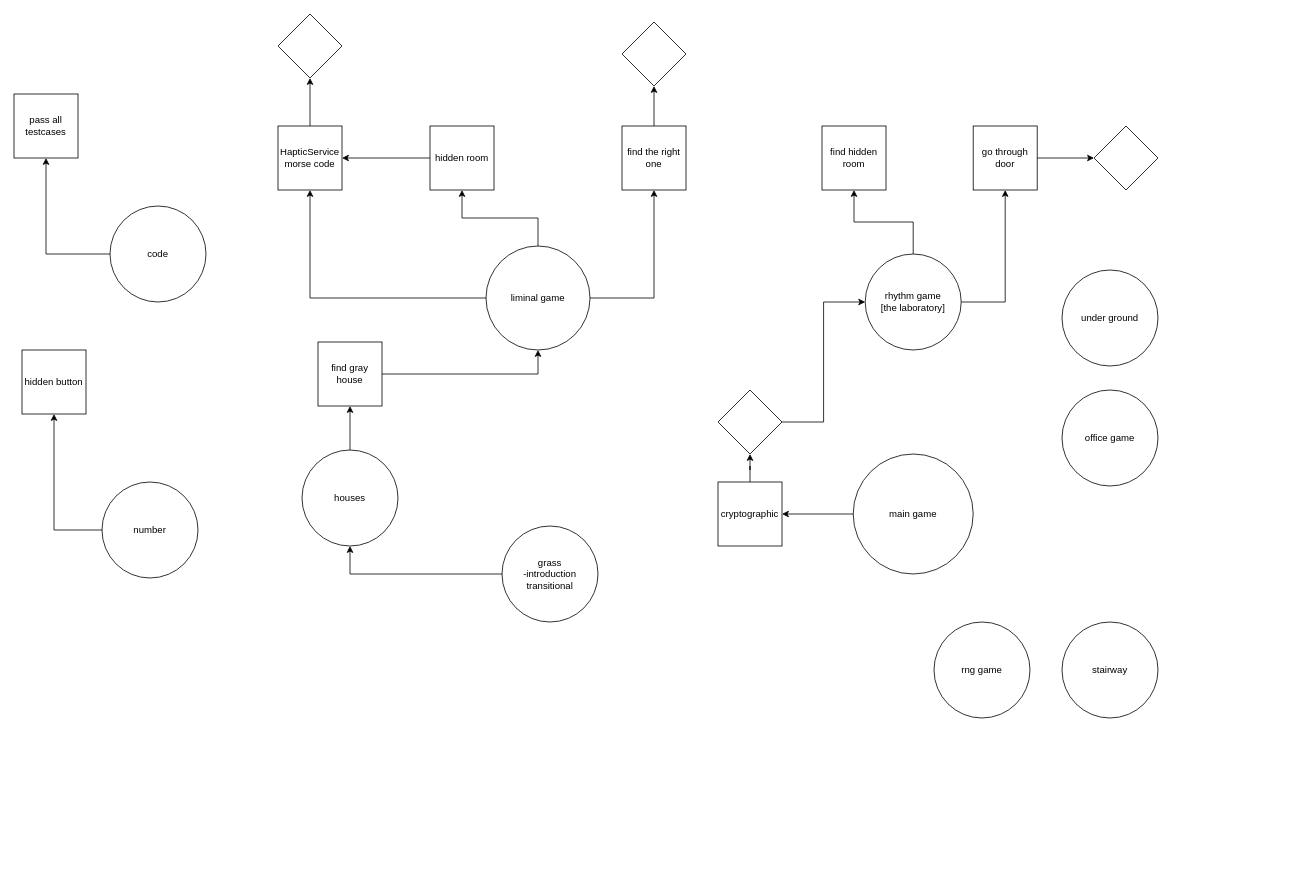
Before: puzzles.drawio in Hapcoder11/things, a draw.io diagram. Source tidied: cells renumbered, new cells numbered last; positions are measured from the earlier drawing's top-left corner, leaving out a move shared by most shapes. Both pictures are drawn from the tidied source at 80%, with x=0, y=0 at pixel (14, 14).
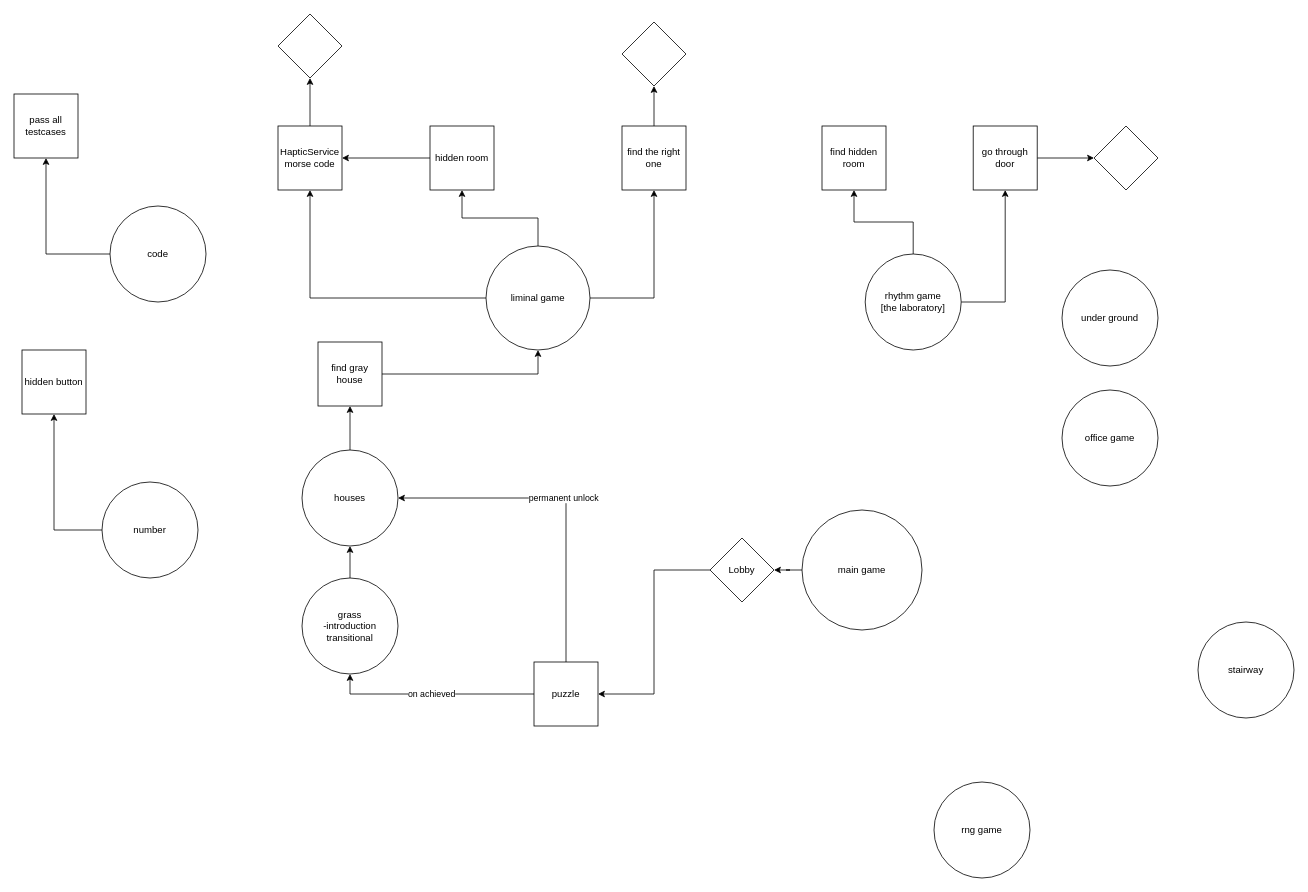
The same page after the edit.

Unchanged cells that the change refers to:
```xml
<mxCell id="6" value="rhythm game&lt;div&gt;[the laboratory]&lt;/div&gt;" style="ellipse;whiteSpace=wrap;html=1;" parent="1" vertex="1">
  <mxGeometry x="1064" y="300" width="120" height="120" as="geometry" />
</mxCell>
<mxCell id="37" value="houses" style="ellipse;whiteSpace=wrap;html=1;" parent="1" vertex="1">
  <mxGeometry x="360" y="545" width="120" height="120" as="geometry" />
</mxCell>
```

Diff of the diagram source:
```diff
@@
-    <mxCell id="2" style="edgeStyle=orthogonalEdgeStyle;rounded=0;jettySize=auto;html=1;entryX=1;entryY=0.5;entryDx=0;entryDy=0;" parent="1" edge="1" source="3" target="18">
-      <mxGeometry relative="1" as="geometry" />
-    </mxCell>
+    <mxCell id="43" style="edgeStyle=orthogonalEdgeStyle;rounded=0;jettySize=auto;html=1;entryX=1;entryY=0.5;entryDx=0;entryDy=0;" parent="1" edge="1" source="3" target="45">
+      <mxGeometry relative="1" as="geometry" />
+    </mxCell>
     <mxCell id="3" value="main game" style="ellipse;whiteSpace=wrap;html=1;" parent="1" vertex="1">
-      <mxGeometry x="1049" y="550" width="150" height="150" as="geometry" />
+      <mxGeometry x="985" y="620" width="150" height="150" as="geometry" />
     </mxCell>
@@
-    <mxCell id="17" style="edgeStyle=orthogonalEdgeStyle;rounded=0;jettySize=auto;html=1;entryX=0.5;entryY=1;entryDx=0;entryDy=0;" parent="1" edge="1" source="18" target="20">
-      <mxGeometry relative="1" as="geometry" />
-    </mxCell>
-    <mxCell id="18" value="cryptographic" style="whiteSpace=wrap;html=1;" parent="1" vertex="1">
-      <mxGeometry x="880" y="585" width="80" height="80" as="geometry" />
-    </mxCell>
-    <mxCell id="19" style="edgeStyle=orthogonalEdgeStyle;rounded=0;jettySize=auto;html=1;entryX=0;entryY=0.5;entryDx=0;entryDy=0;" parent="1" edge="1" source="20" target="6">
-      <mxGeometry relative="1" as="geometry" />
-    </mxCell>
-    <mxCell id="20" style="rhombus;whiteSpace=wrap;html=1;" parent="1" vertex="1">
-      <mxGeometry x="880" y="470" width="80" height="80" as="geometry" />
-    </mxCell>
@@
     <mxCell id="30" value="grass&lt;div&gt;-introduction transitional&lt;/div&gt;" style="ellipse;whiteSpace=wrap;html=1;" parent="1" vertex="1">
-      <mxGeometry x="610" y="640" width="120" height="120" as="geometry" />
+      <mxGeometry x="360" y="705" width="120" height="120" as="geometry" />
     </mxCell>
     <mxCell id="31" value="stairway" style="ellipse;whiteSpace=wrap;html=1;" parent="1" vertex="1">
-      <mxGeometry x="1310" y="760" width="120" height="120" as="geometry" />
+      <mxGeometry x="1480" y="760" width="120" height="120" as="geometry" />
     </mxCell>
     <mxCell id="32" value="rng game" style="ellipse;whiteSpace=wrap;html=1;" parent="1" vertex="1">
-      <mxGeometry x="1150" y="760" width="120" height="120" as="geometry" />
+      <mxGeometry x="1150" y="960" width="120" height="120" as="geometry" />
     </mxCell>
@@
+    <mxCell id="44" style="edgeStyle=orthogonalEdgeStyle;rounded=0;jettySize=auto;html=1;entryX=1;entryY=0.5;entryDx=0;entryDy=0;" parent="1" edge="1" source="45" target="48">
+      <mxGeometry relative="1" as="geometry" />
+    </mxCell>
+    <mxCell id="45" value="Lobby" style="rhombus;whiteSpace=wrap;html=1;" parent="1" vertex="1">
+      <mxGeometry x="870" y="655" width="80" height="80" as="geometry" />
+    </mxCell>
+    <mxCell id="46" value="on achieved" style="edgeStyle=orthogonalEdgeStyle;rounded=0;jettySize=auto;html=1;entryX=0.5;entryY=1;entryDx=0;entryDy=0;" parent="1" edge="1" source="48" target="30">
+      <mxGeometry relative="1" as="geometry" />
+    </mxCell>
+    <mxCell id="47" value="permanent unlock" style="edgeStyle=orthogonalEdgeStyle;rounded=0;jettySize=auto;html=1;entryX=1;entryY=0.5;entryDx=0;entryDy=0;" parent="1" edge="1" source="48" target="37">
+      <mxGeometry relative="1" as="geometry">
+        <Array as="points">
+          <mxPoint x="690" y="605" />
+        </Array>
+      </mxGeometry>
+    </mxCell>
+    <mxCell id="48" value="puzzle" style="whiteSpace=wrap;html=1;" parent="1" vertex="1">
+      <mxGeometry x="650" y="810" width="80" height="80" as="geometry" />
+    </mxCell>
```
